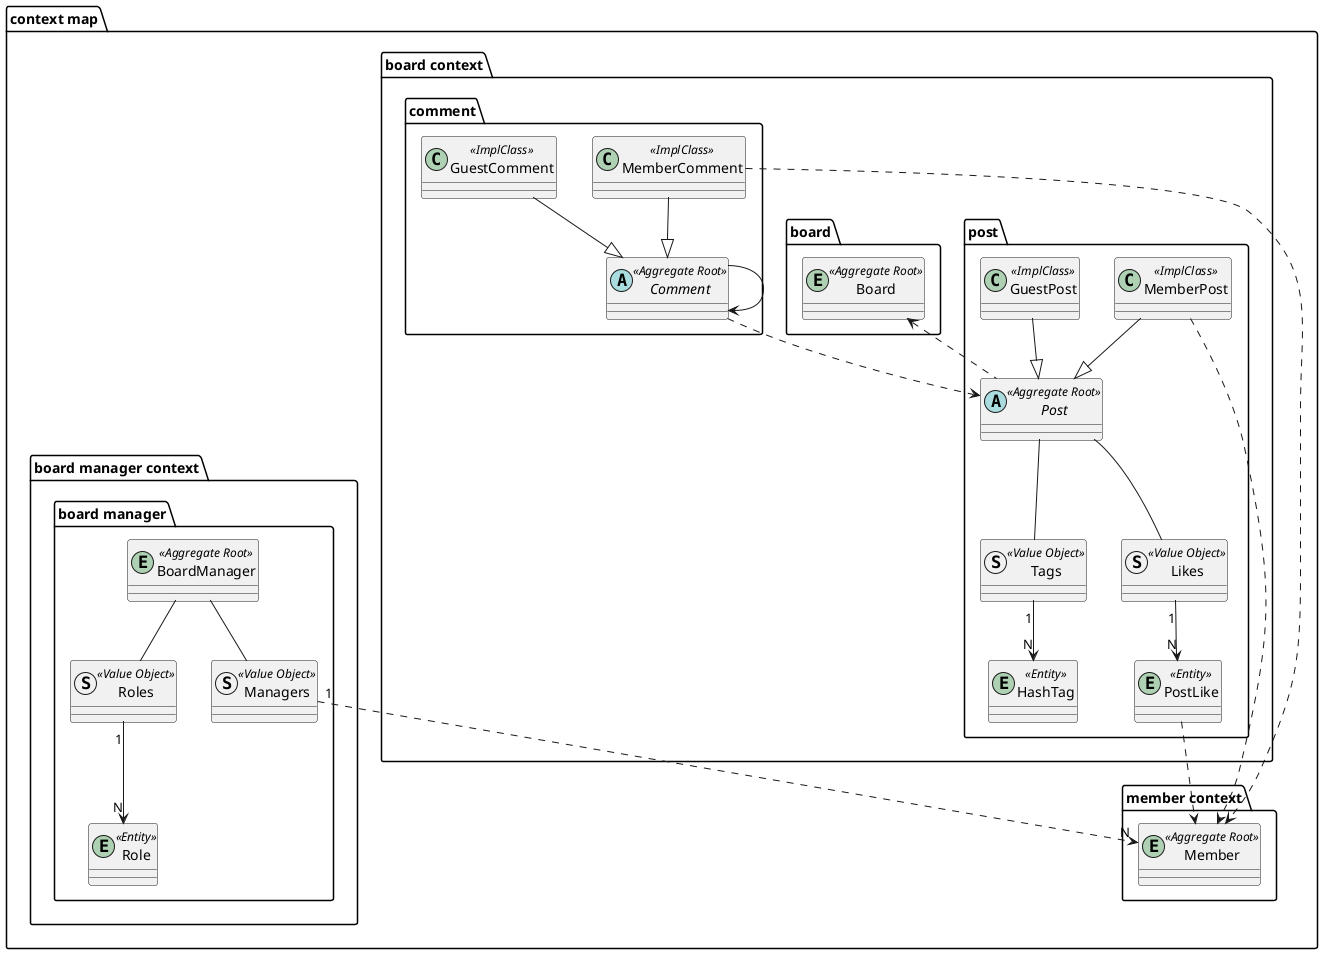
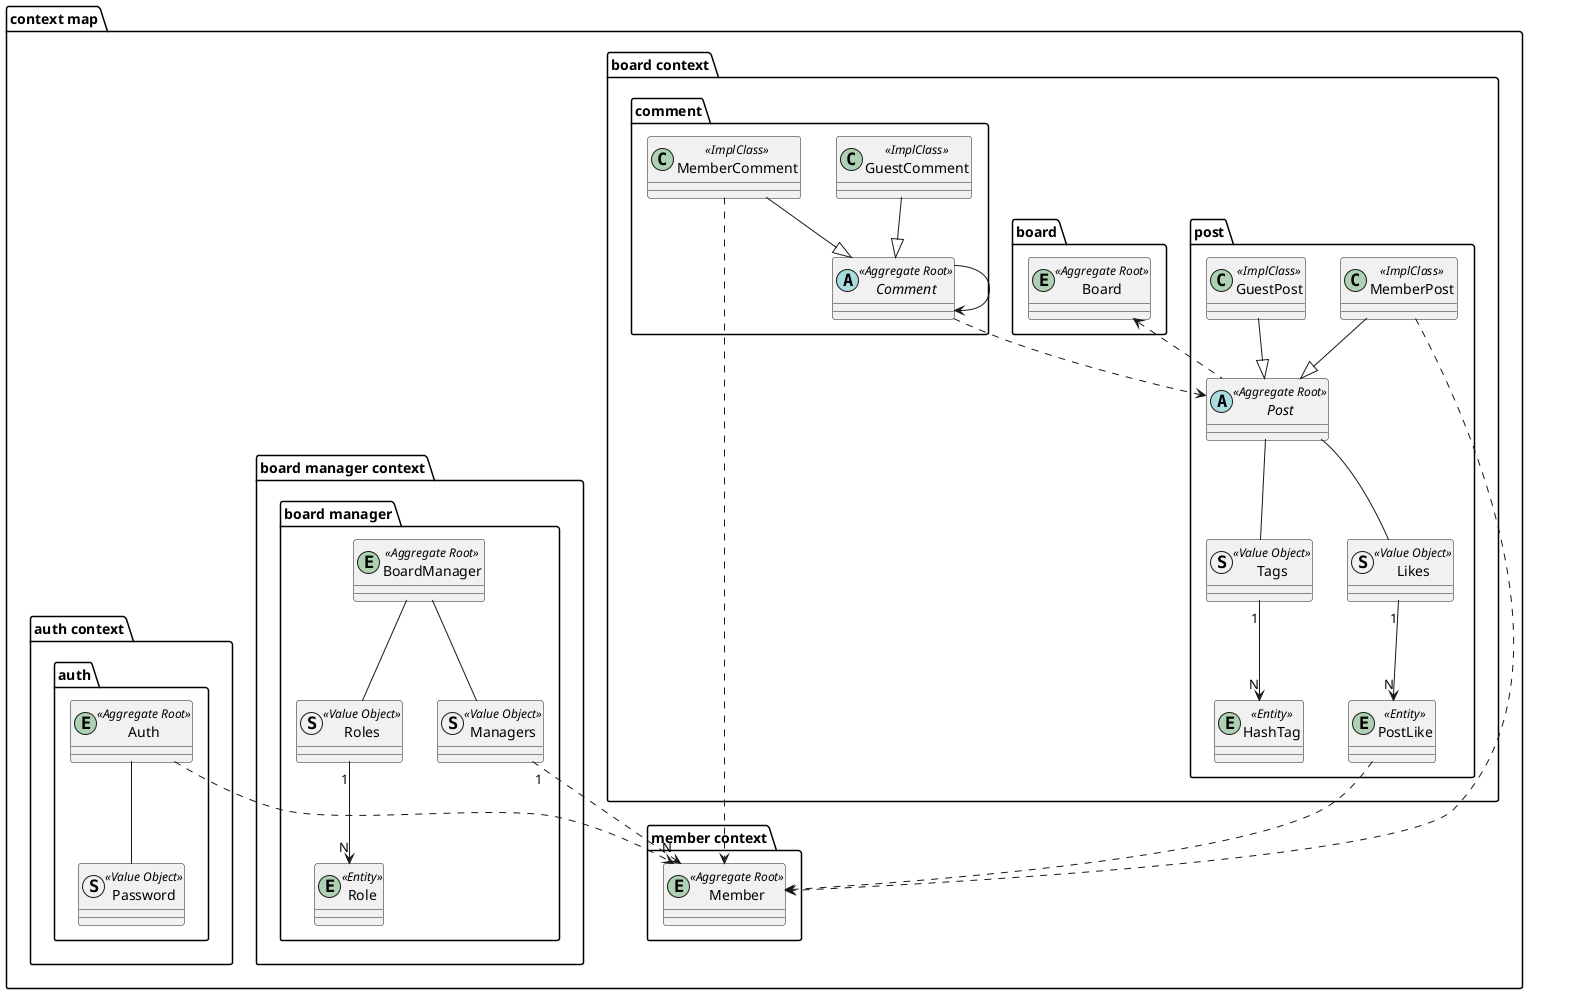
@startuml

package "context map" {
    package "board context"{
        package "board"{
            entity Board <<Aggregate Root>>{
            }
        }

        package "post"{
            abstract Post <<Aggregate Root>>{
            }
            class GuestPost <<ImplClass>>{
            }
            class MemberPost <<ImplClass>>{
            }
            '해시태그
            entity HashTag <<Entity>>{
            }
            struct Tags <<Value Object>>{
            }
            Post -- Tags
            Tags "1" --> "N" HashTag
            '좋아요
            entity PostLike <<Entity>>{
            }
            struct Likes <<Value Object>>{
            }
            Post -- Likes
            Likes "1" --> "N" PostLike
        }

        package "comment"{
            abstract Comment <<Aggregate Root>>{
            }
            class GuestComment <<ImplClass>>{
            }
            class MemberComment <<ImplClass>>{
            }
        }

        GuestPost --|> Post
        MemberPost --|> Post
        GuestComment --|> Comment
        MemberComment --|> Comment

    }

    package "member context"{
        entity Member <<Aggregate Root>>{
        }
    }

    package "board manager context"{
        package "board manager"{
            entity BoardManager <<Aggregate Root>>{
            }
            entity Role <<Entity>>{
            }
            struct Roles <<Value Object>>{
            }
            struct Managers <<Value Object>>{
            }
        }

        BoardManager -- Roles
        BoardManager -- Managers
        Managers "1" ..> "N" Member
        Roles "1" --> "N" Role
    }

+     package "auth context" {
+         package "auth"{
+             entity Auth <<Aggregate Root>> {
+             }
+             struct Password <<Value Object>>{
+             }
+ 
+             Auth -- Password
+         }
+     }
+ 
    Board <.. Post
    MemberPost ..> Member
    PostLike ..> Member
    MemberComment ..> Member
    Comment ..> Post
    Comment --> Comment

+     Auth ..> Member
+ 
}
@enduml
